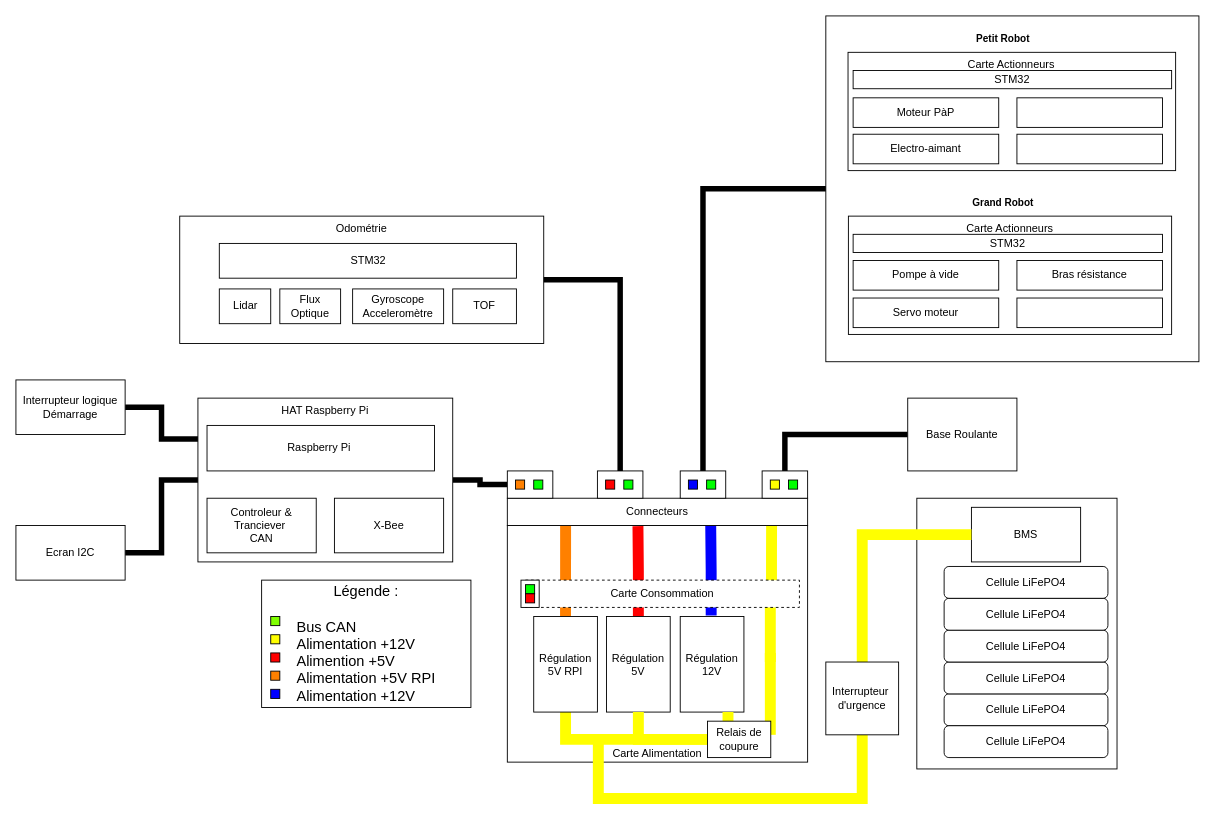
The draw.io diagram Pôle mécatronique/Electronique/Documents informatif/Architecture Système.drawio in RobotechNancy/2021-2022, before the edit. Source tidied: cells renumbered, new cells numbered last; positions are measured from the earlier drawing's top-left corner, leaving out a move shared by most shapes. Both pictures are drawn from the tidied source at 91%, with x=0, y=0 at pixel (15, 15).
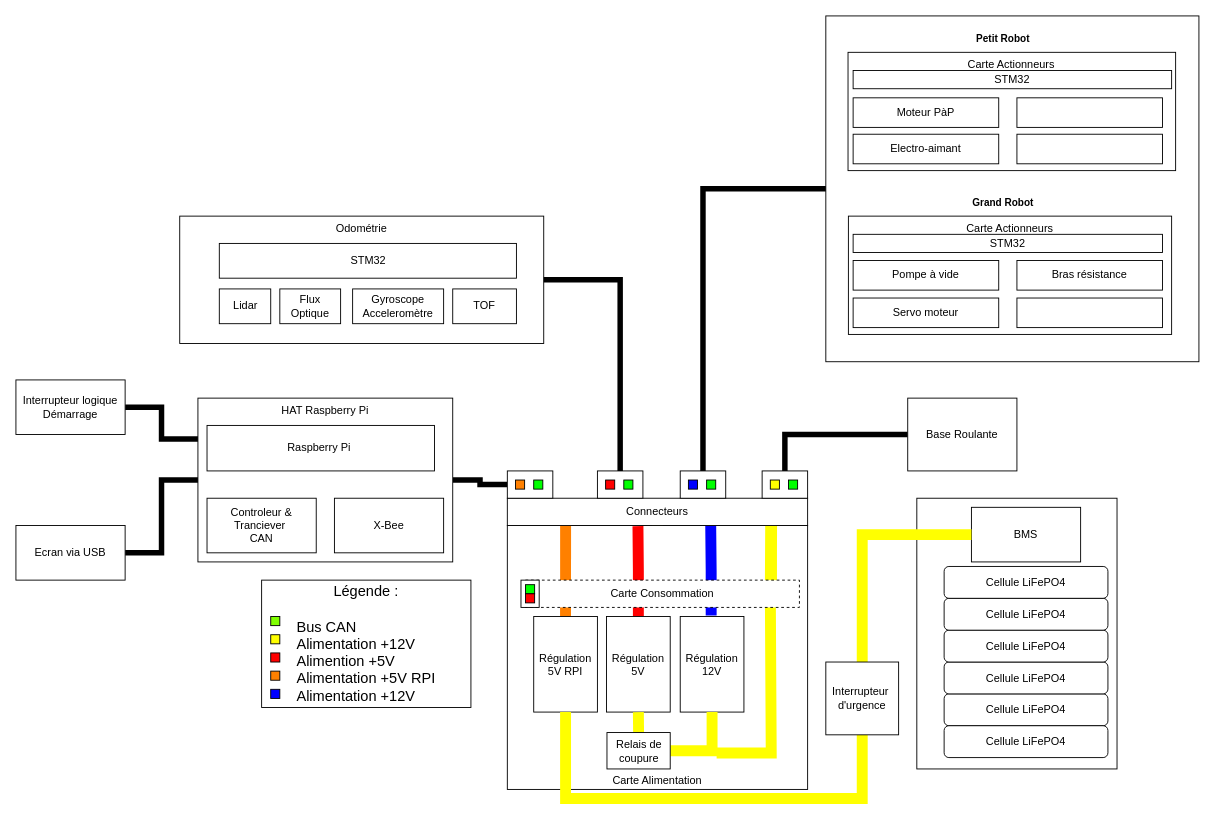
The same diagram, later.

The change refers to these unchanged cells:
```xml
<mxCell id="19" value="Régulation 5V" style="whiteSpace=wrap;html=1;rounded=0;" parent="1" vertex="1">
  <mxGeometry x="649" y="660" width="70" height="105" as="geometry" />
</mxCell>
<mxCell id="22" value="Régulation 5V RPI" style="whiteSpace=wrap;html=1;rounded=0;" parent="1" vertex="1">
  <mxGeometry x="569" y="660" width="70" height="105" as="geometry" />
</mxCell>
<mxCell id="56" value="Carte Consommation" style="rounded=0;whiteSpace=wrap;html=1;dashed=1;" parent="1" vertex="1">
  <mxGeometry x="560" y="620" width="301" height="30" as="geometry" />
</mxCell>
<mxCell id="61" value="Régulation 12V" style="whiteSpace=wrap;html=1;rounded=0;" parent="1" vertex="1">
  <mxGeometry x="730" y="660" width="70" height="105" as="geometry" />
</mxCell>
<mxCell id="72" value="Interrupteur&amp;nbsp;&lt;br&gt;d'urgence" style="whiteSpace=wrap;html=1;" parent="1" vertex="1">
  <mxGeometry x="890" y="710" width="80" height="80" as="geometry" />
</mxCell>
```

Change to the diagram source:
```diff
@@
     <mxCell id="3" value="Carte Alimentation" style="rounded=0;whiteSpace=wrap;html=1;verticalAlign=bottom;" parent="1" vertex="1">
-      <mxGeometry x="540" y="560" width="330" height="260" as="geometry" />
+      <mxGeometry x="540" y="560" width="330" height="290" as="geometry" />
     </mxCell>
@@
-    <mxCell id="21" style="edgeStyle=orthogonalEdgeStyle;rounded=0;jettySize=auto;html=1;exitX=0.5;exitY=1;exitDx=0;exitDy=0;entryX=0;entryY=0.5;entryDx=0;entryDy=0;endArrow=none;endFill=0;strokeColor=#FFFF00;strokeWidth=12;" parent="1" edge="1" source="22" target="75">
-      <mxGeometry relative="1" as="geometry" />
-    </mxCell>
@@
-    <mxCell id="23" style="edgeStyle=orthogonalEdgeStyle;rounded=0;orthogonalLoop=1;jettySize=auto;html=1;fontColor=#000000;endArrow=none;endFill=0;strokeColor=#FFFF00;strokeWidth=12;" parent="1" edge="1">
-      <mxGeometry relative="1" as="geometry">
-        <mxPoint x="829" y="700" as="sourcePoint" />
-        <mxPoint x="829" y="790" as="targetPoint" />
-      </mxGeometry>
-    </mxCell>
-    <mxCell id="24" style="edgeStyle=orthogonalEdgeStyle;rounded=0;orthogonalLoop=1;jettySize=auto;html=1;fontColor=#000000;endArrow=none;endFill=0;strokeColor=#FFFF00;strokeWidth=12;" parent="1" edge="1">
+    <mxCell id="24" style="edgeStyle=orthogonalEdgeStyle;rounded=0;jettySize=auto;html=1;fontColor=#000000;endArrow=none;endFill=0;strokeColor=#FFFF00;strokeWidth=12;" parent="1" edge="1" source="3">
       <mxGeometry relative="1" as="geometry">
-        <mxPoint x="829" y="710" as="sourcePoint" />
         <mxPoint x="829" y="631" as="targetPoint" />
-        <Array as="points">
-          <mxPoint x="829" y="670" />
-        </Array>
       </mxGeometry>
     </mxCell>
@@
+    <mxCell id="98" style="edgeStyle=orthogonalEdgeStyle;shape=connector;rounded=0;jettySize=auto;html=1;exitX=0.894;exitY=0.961;exitDx=0;exitDy=0;labelBackgroundColor=default;fontFamily=Helvetica;fontSize=11;fontColor=default;endArrow=none;endFill=0;strokeColor=#FFFF00;strokeWidth=12;exitPerimeter=0;" parent="1" edge="1" source="56">
+      <mxGeometry relative="1" as="geometry">
+        <mxPoint x="770" y="810" as="targetPoint" />
+        <Array as="points">
+          <mxPoint x="829" y="650" />
+          <mxPoint x="830" y="650" />
+          <mxPoint x="830" y="810" />
+        </Array>
+      </mxGeometry>
+    </mxCell>
@@
-    <mxCell id="71" style="edgeStyle=orthogonalEdgeStyle;rounded=0;jettySize=auto;html=1;exitX=0.5;exitY=1;exitDx=0;exitDy=0;endArrow=none;endFill=0;strokeColor=#FFFF00;strokeWidth=12;" parent="1" edge="1" source="72">
+    <mxCell id="71" style="edgeStyle=orthogonalEdgeStyle;rounded=0;jettySize=auto;html=1;exitX=0.5;exitY=1;exitDx=0;exitDy=0;endArrow=none;endFill=0;strokeColor=#FFFF00;strokeWidth=12;entryX=0.5;entryY=1;entryDx=0;entryDy=0;" parent="1" edge="1" source="72" target="22">
       <mxGeometry relative="1" as="geometry">
-        <mxPoint x="640" y="800" as="targetPoint" />
         <Array as="points">
           <mxPoint x="930" y="860" />
-          <mxPoint x="640" y="860" />
-          <mxPoint x="640" y="800" />
+          <mxPoint x="604" y="860" />
         </Array>
       </mxGeometry>
     </mxCell>
@@
-    <mxCell id="73" style="edgeStyle=orthogonalEdgeStyle;rounded=0;jettySize=auto;html=1;exitX=0;exitY=0.5;exitDx=0;exitDy=0;entryX=0.5;entryY=1;entryDx=0;entryDy=0;endArrow=none;endFill=0;strokeWidth=12;strokeColor=#FFFF00;" parent="1" edge="1" source="75" target="19">
+    <mxCell id="73" style="edgeStyle=orthogonalEdgeStyle;rounded=0;jettySize=auto;html=1;exitX=0.5;exitY=0;exitDx=0;exitDy=0;entryX=0.5;entryY=1;entryDx=0;entryDy=0;endArrow=none;endFill=0;strokeWidth=12;strokeColor=#FFFF00;startArrow=none;" parent="1" edge="1" source="75" target="19">
       <mxGeometry relative="1" as="geometry" />
     </mxCell>
-    <mxCell id="74" style="edgeStyle=orthogonalEdgeStyle;rounded=0;jettySize=auto;html=1;exitX=0.25;exitY=0;exitDx=0;exitDy=0;entryX=0.75;entryY=1;entryDx=0;entryDy=0;endArrow=none;endFill=0;strokeColor=#FFFF00;strokeWidth=12;" parent="1" edge="1" source="75" target="61">
-      <mxGeometry relative="1" as="geometry" />
-    </mxCell>
-    <mxCell id="75" value="Relais de coupure" style="rounded=0;whiteSpace=wrap;html=1;" parent="1" vertex="1">
-      <mxGeometry x="760" y="775" width="69.5" height="40" as="geometry" />
-    </mxCell>
@@
-    <mxCell id="97" value="Ecran I2C" style="rounded=0;whiteSpace=wrap;html=1;" parent="1" vertex="1">
+    <mxCell id="97" value="Ecran via USB" style="rounded=0;whiteSpace=wrap;html=1;" parent="1" vertex="1">
       <mxGeometry y="560" width="120" height="60" as="geometry" />
     </mxCell>
+    <mxCell id="74" style="edgeStyle=orthogonalEdgeStyle;shape=connector;rounded=0;jettySize=auto;html=1;exitX=1;exitY=0.5;exitDx=0;exitDy=0;entryX=0.5;entryY=1;entryDx=0;entryDy=0;labelBackgroundColor=default;fontFamily=Helvetica;fontSize=11;fontColor=default;endArrow=none;endFill=0;strokeColor=#FFFF00;strokeWidth=12;" parent="1" edge="1" source="75" target="61">
+      <mxGeometry relative="1" as="geometry" />
+    </mxCell>
+    <mxCell id="75" value="Relais de coupure" style="rounded=0;whiteSpace=wrap;html=1;" parent="1" vertex="1">
+      <mxGeometry x="649.5" y="787.5" width="69.5" height="40" as="geometry" />
+    </mxCell>
```
